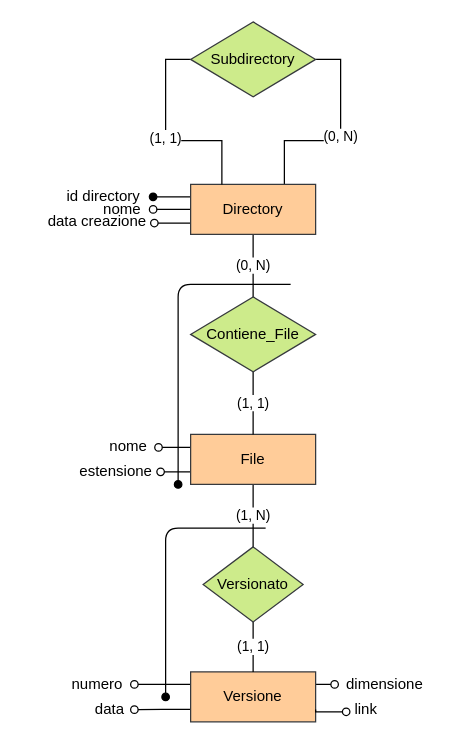
alemazzo/CloudStoreDB keeps this draw.io diagram as page "FileSystem" (3 of 10) of db.drawio. Above is the earlier version. Source tidied: cells renumbered, new cells numbered last; positions are measured from the earlier drawing's top-left corner, leaving out a move shared by most shapes. Both pictures are drawn from the tidied source at 125%, with x=0, y=0 at pixel (40, 21).
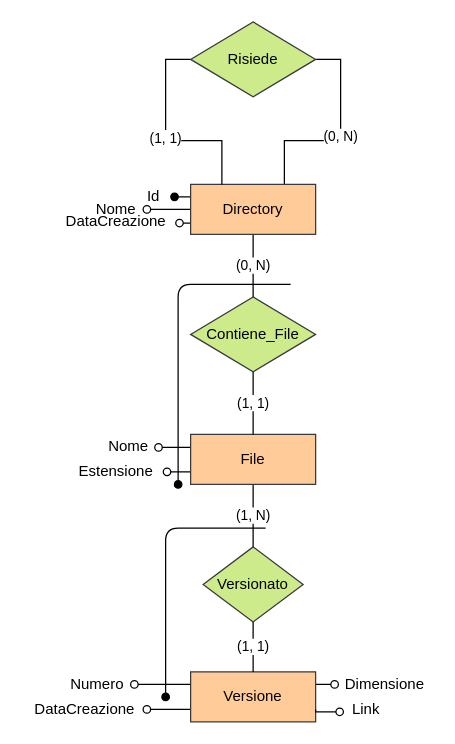
After the change.

Change to the diagram source:
```diff
@@
-    <mxCell id="19" value="Subdirectory" style="shape=rhombus;perimeter=rhombusPerimeter;whiteSpace=wrap;html=1;align=center;fillColor=#cdeb8b;strokeColor=#36393d;" parent="1" vertex="1">
+    <mxCell id="19" value="Risiede" style="shape=rhombus;perimeter=rhombusPerimeter;whiteSpace=wrap;html=1;align=center;fillColor=#cdeb8b;strokeColor=#36393d;" parent="1" vertex="1">
       <mxGeometry x="120" width="100" height="60" as="geometry" />
     </mxCell>
@@
-    <mxCell id="22" value="numero" style="text;html=1;align=center;verticalAlign=middle;points=[];strokeColor=none;" parent="1" vertex="1">
+    <mxCell id="22" value="Numero" style="text;html=1;align=center;verticalAlign=middle;points=[];strokeColor=none;" parent="1" vertex="1">
       <mxGeometry x="15" y="520" width="60" height="20" as="geometry" />
     </mxCell>
@@
-    <mxCell id="24" value="data" style="text;html=1;align=center;verticalAlign=middle;points=[];strokeColor=none;" parent="1" vertex="1">
-      <mxGeometry x="35" y="540" width="40" height="20" as="geometry" />
+    <mxCell id="24" value="DataCreazione" style="text;html=1;align=center;verticalAlign=middle;points=[];strokeColor=none;" parent="1" vertex="1">
+      <mxGeometry x="-15" y="540" width="100" height="20" as="geometry" />
     </mxCell>
-    <mxCell id="25" value="nome" style="text;html=1;align=center;verticalAlign=middle;points=[];strokeColor=none;" parent="1" vertex="1">
+    <mxCell id="25" value="Nome" style="text;html=1;align=center;verticalAlign=middle;points=[];strokeColor=none;" parent="1" vertex="1">
       <mxGeometry x="45" y="330" width="50" height="20" as="geometry" />
     </mxCell>
-    <mxCell id="26" value="estensione" style="text;html=1;align=center;verticalAlign=middle;points=[];strokeColor=none;" parent="1" vertex="1">
-      <mxGeometry x="25" y="350" width="70" height="20" as="geometry" />
+    <mxCell id="26" value="Estensione" style="text;html=1;align=center;verticalAlign=middle;points=[];strokeColor=none;" parent="1" vertex="1">
+      <mxGeometry x="20" y="350" width="80" height="20" as="geometry" />
     </mxCell>
-    <mxCell id="27" value="id directory" style="text;html=1;align=center;verticalAlign=middle;points=[];strokeColor=none;" parent="1" vertex="1">
-      <mxGeometry x="15" y="130" width="70" height="20" as="geometry" />
+    <mxCell id="27" value="Id" style="text;html=1;align=center;verticalAlign=middle;points=[];strokeColor=none;" parent="1" vertex="1">
+      <mxGeometry x="75" y="130" width="30" height="20" as="geometry" />
     </mxCell>
-    <mxCell id="28" value="nome" style="text;html=1;align=center;verticalAlign=middle;points=[];strokeColor=none;" parent="1" vertex="1">
-      <mxGeometry x="40" y="140" width="50" height="20" as="geometry" />
+    <mxCell id="28" value="Nome" style="text;html=1;align=center;verticalAlign=middle;points=[];strokeColor=none;" parent="1" vertex="1">
+      <mxGeometry x="35" y="140" width="50" height="20" as="geometry" />
     </mxCell>
-    <mxCell id="29" value="data creazione" style="text;html=1;align=center;verticalAlign=middle;points=[];strokeColor=none;" parent="1" vertex="1">
-      <mxGeometry y="150" width="90" height="20" as="geometry" />
+    <mxCell id="29" value="DataCreazione" style="text;html=1;align=center;verticalAlign=middle;points=[];strokeColor=none;" parent="1" vertex="1">
+      <mxGeometry x="10" y="150" width="100" height="20" as="geometry" />
     </mxCell>
-    <mxCell id="30" value="link" style="text;html=1;align=center;verticalAlign=middle;points=[];strokeColor=none;" parent="1" vertex="1">
-      <mxGeometry x="245" y="540" width="30" height="20" as="geometry" />
+    <mxCell id="30" value="Link" style="text;html=1;align=center;verticalAlign=middle;points=[];strokeColor=none;" parent="1" vertex="1">
+      <mxGeometry x="240" y="540" width="40" height="20" as="geometry" />
     </mxCell>
@@
-    <mxCell id="33" value="dimensione" style="text;html=1;align=center;verticalAlign=middle;points=[];strokeColor=none;" parent="1" vertex="1">
+    <mxCell id="33" value="Dimensione" style="text;html=1;align=center;verticalAlign=middle;points=[];strokeColor=none;" parent="1" vertex="1">
       <mxGeometry x="235" y="520" width="80" height="20" as="geometry" />
     </mxCell>
```
